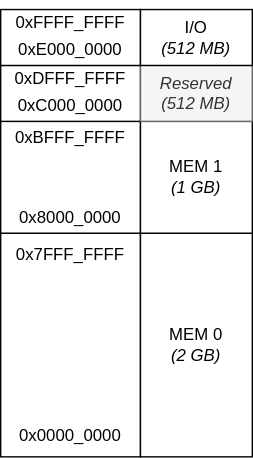
The draw.io diagram docs/figures/MemoryMap.drawio.svg in dhad4g/Lexington, before a commit. Source tidied: cells renumbered, new cells last; positions are measured from the earlier drawing's top-left corner, leaving out a move shared by most shapes.
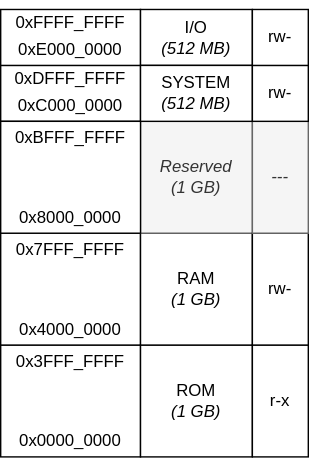
After the commit.

Diff of the diagram source:
```diff
@@ -2,11 +2,11 @@
   <root>
     <mxCell id="0" />
     <mxCell id="1" parent="0" />
-    <mxCell id="2" value="0x7FFF_FFFF&lt;br&gt;&lt;br&gt;&lt;br&gt;&lt;br&gt;&lt;br&gt;&lt;br&gt;&lt;br&gt;&lt;br&gt;&lt;br&gt;0x0000_0000" style="rounded=0;whiteSpace=wrap;html=1;" parent="1" vertex="1">
-      <mxGeometry y="160" width="100" height="160" as="geometry" />
+    <mxCell id="2" value="0x3FFF_FFFF&lt;br&gt;&lt;br&gt;&lt;br&gt;&lt;br&gt;0x0000_0000" style="rounded=0;whiteSpace=wrap;html=1;" parent="1" vertex="1">
+      <mxGeometry y="240" width="100" height="80" as="geometry" />
     </mxCell>
-    <mxCell id="3" value="0xBFFF_FFFF&lt;br&gt;&lt;br&gt;&lt;br&gt;&lt;br&gt;0x8000_0000" style="rounded=0;whiteSpace=wrap;html=1;" parent="1" vertex="1">
-      <mxGeometry y="80" width="100" height="80" as="geometry" />
+    <mxCell id="3" value="0x7FFF_FFFF&lt;br&gt;&lt;br&gt;&lt;br&gt;&lt;br&gt;0x4000_0000" style="rounded=0;whiteSpace=wrap;html=1;" parent="1" vertex="1">
+      <mxGeometry y="160" width="100" height="80" as="geometry" />
     </mxCell>
     <mxCell id="4" value="&lt;p style=&quot;line-height: 80%;&quot;&gt;&lt;font style=&quot;font-size: 12px;&quot;&gt;0xDFFF_FFFF&lt;br&gt;&lt;br&gt;0xC000_0000&lt;/font&gt;&lt;/p&gt;" style="rounded=0;whiteSpace=wrap;html=1;" parent="1" vertex="1">
       <mxGeometry y="40" width="100" height="40" as="geometry" />
@@ -14,17 +14,38 @@
     <mxCell id="5" value="&lt;p style=&quot;line-height: 80%;&quot;&gt;0xFFFF_FFFF&lt;br&gt;&lt;br&gt;0xE000_0000&lt;/p&gt;" style="rounded=0;whiteSpace=wrap;html=1;" parent="1" vertex="1">
       <mxGeometry width="100" height="40" as="geometry" />
     </mxCell>
-    <mxCell id="6" value="MEM 0&lt;br&gt;&lt;i&gt;(2 GB)&lt;/i&gt;" style="rounded=0;whiteSpace=wrap;html=1;fontSize=12;" parent="1" vertex="1">
-      <mxGeometry x="100" y="160" width="80" height="160" as="geometry" />
+    <mxCell id="6" value="ROM&lt;br&gt;&lt;i&gt;(1 GB)&lt;/i&gt;" style="rounded=0;whiteSpace=wrap;html=1;fontSize=12;" parent="1" vertex="1">
+      <mxGeometry x="100" y="240" width="80" height="80" as="geometry" />
     </mxCell>
-    <mxCell id="7" value="MEM 1&lt;br&gt;&lt;i&gt;(1 GB)&lt;/i&gt;" style="rounded=0;whiteSpace=wrap;html=1;fontSize=12;" parent="1" vertex="1">
-      <mxGeometry x="100" y="80" width="80" height="80" as="geometry" />
+    <mxCell id="7" value="RAM&lt;br&gt;&lt;i&gt;(1 GB)&lt;/i&gt;" style="rounded=0;whiteSpace=wrap;html=1;fontSize=12;" parent="1" vertex="1">
+      <mxGeometry x="100" y="160" width="80" height="80" as="geometry" />
     </mxCell>
-    <mxCell id="8" value="&lt;i&gt;Reserved&lt;br&gt;(512 MB)&lt;br&gt;&lt;/i&gt;" style="rounded=0;whiteSpace=wrap;html=1;fontSize=12;fillColor=#f5f5f5;fontColor=#333333;strokeColor=#666666;" parent="1" vertex="1">
-      <mxGeometry x="100" y="40" width="80" height="40" as="geometry" />
+    <mxCell id="8" value="&lt;i&gt;Reserved&lt;br&gt;(1 GB)&lt;br&gt;&lt;/i&gt;" style="rounded=0;whiteSpace=wrap;html=1;fontSize=12;fillColor=#f5f5f5;fontColor=#333333;strokeColor=#666666;" parent="1" vertex="1">
+      <mxGeometry x="100" y="80" width="80" height="80" as="geometry" />
     </mxCell>
     <mxCell id="9" value="I/O&lt;br&gt;&lt;i&gt;(512 MB)&lt;/i&gt;" style="rounded=0;whiteSpace=wrap;html=1;fontSize=12;" parent="1" vertex="1">
       <mxGeometry x="100" width="80" height="40" as="geometry" />
     </mxCell>
+    <mxCell id="10" value="r-x" style="rounded=0;whiteSpace=wrap;html=1;" parent="1" vertex="1">
+      <mxGeometry x="180" y="240" width="40" height="80" as="geometry" />
+    </mxCell>
+    <mxCell id="11" value="rw-" style="rounded=0;whiteSpace=wrap;html=1;" parent="1" vertex="1">
+      <mxGeometry x="180" y="160" width="40" height="80" as="geometry" />
+    </mxCell>
+    <mxCell id="12" value="0xBFFF_FFFF&lt;br&gt;&lt;br&gt;&lt;br&gt;&lt;br&gt;0x8000_0000" style="rounded=0;whiteSpace=wrap;html=1;" parent="1" vertex="1">
+      <mxGeometry y="80" width="100" height="80" as="geometry" />
+    </mxCell>
+    <mxCell id="13" value="&lt;i&gt;---&lt;br&gt;&lt;/i&gt;" style="rounded=0;whiteSpace=wrap;html=1;fontSize=12;fillColor=#f5f5f5;fontColor=#333333;strokeColor=#666666;" parent="1" vertex="1">
+      <mxGeometry x="180" y="80" width="40" height="80" as="geometry" />
+    </mxCell>
+    <mxCell id="14" value="SYSTEM&lt;br&gt;&lt;i&gt;(512 MB)&lt;/i&gt;" style="rounded=0;whiteSpace=wrap;html=1;fontSize=12;" parent="1" vertex="1">
+      <mxGeometry x="100" y="40" width="80" height="40" as="geometry" />
+    </mxCell>
+    <mxCell id="15" value="rw-" style="rounded=0;whiteSpace=wrap;html=1;" parent="1" vertex="1">
+      <mxGeometry x="180" y="40" width="40" height="40" as="geometry" />
+    </mxCell>
+    <mxCell id="16" value="rw-" style="rounded=0;whiteSpace=wrap;html=1;" parent="1" vertex="1">
+      <mxGeometry x="180" width="40" height="40" as="geometry" />
+    </mxCell>
   </root>
 </mxGraphModel>
```
